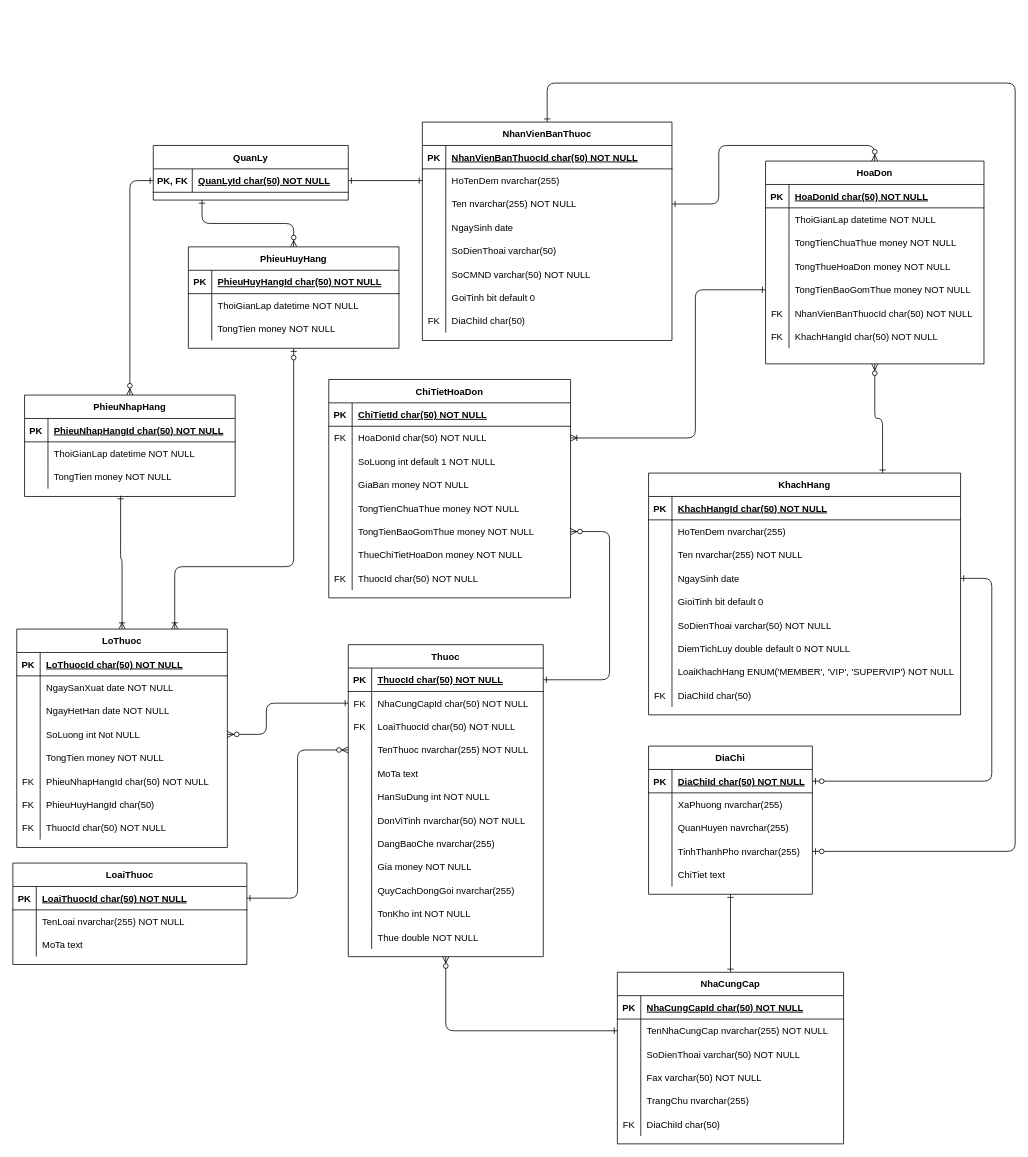
This is phamarcy_ERD.drawio from duchoan6814/Truong-Duc-Hoan, a draw.io file, before an edit. Source tidied: cells renumbered, new cells numbered last; positions are measured from the earlier drawing's top-left corner, leaving out a move shared by most shapes. Both pictures are drawn from the tidied source at 78%, with x=0, y=0 at pixel (12, 83).
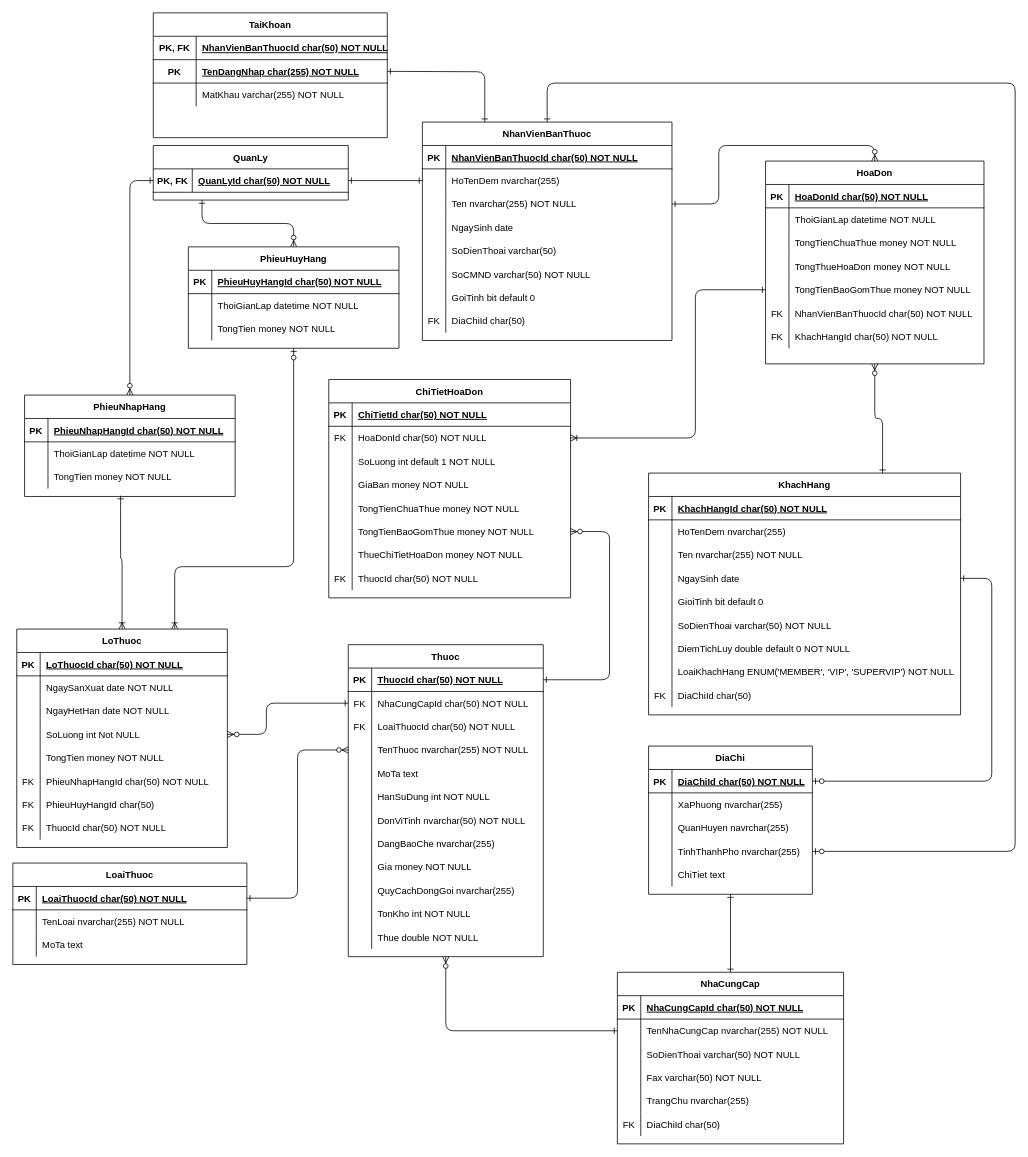
After the change.

Unchanged cells that the change refers to:
```xml
<mxCell id="145" value="NhanVienBanThuoc" style="shape=table;startSize=30;childLayout=tableLayout;rowLines=0;fontStyle=1;align=center;" parent="1" vertex="1">
  <mxGeometry x="525" y="50" width="320" height="280" as="geometry" />
</mxCell>
```

Change to the diagram source:
```diff
@@
+    <mxCell id="248" value="TaiKhoan" style="shape=table;startSize=30;childLayout=tableLayout;rowLines=0;fontStyle=1;align=center;" parent="1" vertex="1">
+      <mxGeometry x="180" y="-90" width="300" height="160" as="geometry" />
+    </mxCell>
+    <mxCell id="249" style="shape=partialRectangle;fillColor=none;top=0;left=0;bottom=1;right=0;" parent="248" vertex="1">
+      <mxGeometry y="30" width="300" height="30" as="geometry" />
+    </mxCell>
+    <mxCell id="250" value="PK, FK" style="shape=partialRectangle;fillColor=none;top=0;left=0;bottom=0;right=0;fontStyle=1;overflow=hidden;" parent="249" vertex="1">
+      <mxGeometry width="55" height="30" as="geometry" />
+    </mxCell>
+    <mxCell id="251" value="NhanVienBanThuocId char(50) NOT NULL" style="shape=partialRectangle;fillColor=none;top=0;left=0;bottom=0;right=0;align=left;spacingLeft=6;fontStyle=5;overflow=hidden;" parent="249" vertex="1">
+      <mxGeometry x="55" width="245" height="30" as="geometry" />
+    </mxCell>
+    <mxCell id="252" style="shape=partialRectangle;fillColor=none;top=0;left=0;bottom=1;right=0;" parent="248" vertex="1">
+      <mxGeometry y="60" width="300" height="30" as="geometry" />
+    </mxCell>
+    <mxCell id="253" value="PK" style="shape=partialRectangle;fillColor=none;top=0;left=0;bottom=0;right=0;fontStyle=1;overflow=hidden;" parent="252" vertex="1">
+      <mxGeometry width="55" height="30" as="geometry" />
+    </mxCell>
+    <mxCell id="254" value="TenDangNhap char(255) NOT NULL" style="shape=partialRectangle;fillColor=none;top=0;left=0;bottom=0;right=0;align=left;spacingLeft=6;fontStyle=5;overflow=hidden;" parent="252" vertex="1">
+      <mxGeometry x="55" width="245" height="30" as="geometry" />
+    </mxCell>
+    <mxCell id="255" style="shape=partialRectangle;fillColor=none;top=0;left=0;bottom=0;right=0;" parent="248" vertex="1">
+      <mxGeometry y="90" width="300" height="30" as="geometry" />
+    </mxCell>
+    <mxCell id="256" style="shape=partialRectangle;fillColor=none;top=0;left=0;bottom=0;right=0;overflow=hidden;" parent="255" vertex="1">
+      <mxGeometry width="55" height="30" as="geometry" />
+    </mxCell>
+    <mxCell id="257" value="MatKhau varchar(255) NOT NULL" style="shape=partialRectangle;fillColor=none;top=0;left=0;bottom=0;right=0;align=left;spacingLeft=6;overflow=hidden;" parent="255" vertex="1">
+      <mxGeometry x="55" width="245" height="30" as="geometry" />
+    </mxCell>
+    <mxCell id="258" style="edgeStyle=orthogonalEdgeStyle;rounded=1;jettySize=auto;html=1;exitX=1;exitY=0.5;exitDx=0;exitDy=0;entryX=0.25;entryY=0;entryDx=0;entryDy=0;endArrow=ERone;endFill=0;startArrow=ERone;startFill=0;" parent="1" edge="1" target="145">
+      <mxGeometry relative="1" as="geometry">
+        <mxPoint x="480" y="-15" as="sourcePoint" />
+      </mxGeometry>
+    </mxCell>
```
